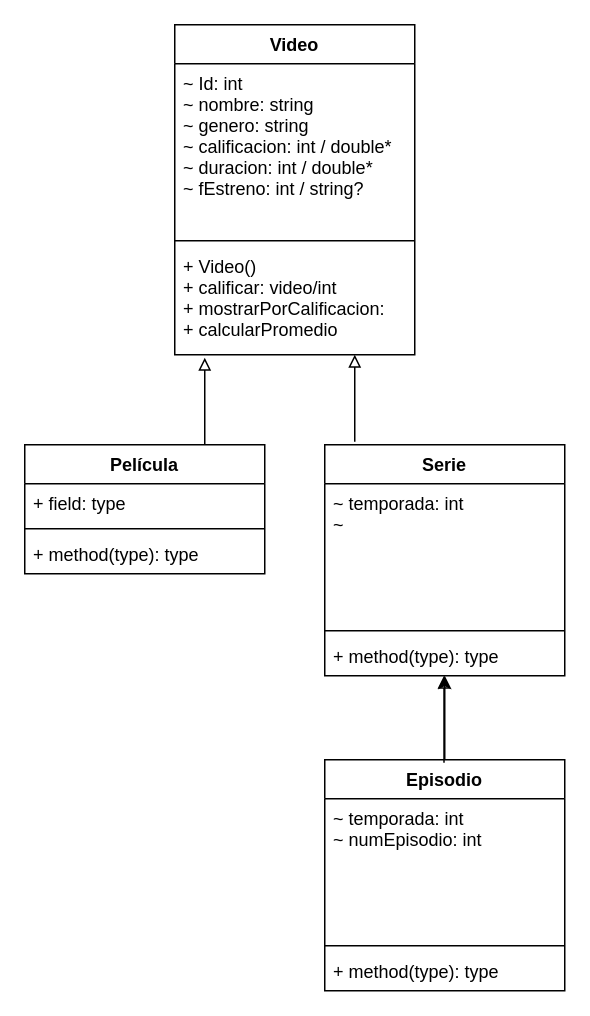
The draw.io diagram DiagramaDeClases.drawio in A01749581/situacionProblema, before the edit. Source tidied: cells renumbered, new cells numbered last; positions are measured from the earlier drawing's top-left corner, leaving out a move shared by most shapes. Both pictures are drawn from the tidied source at 150%, with x=0, y=0 at pixel (24, 24).
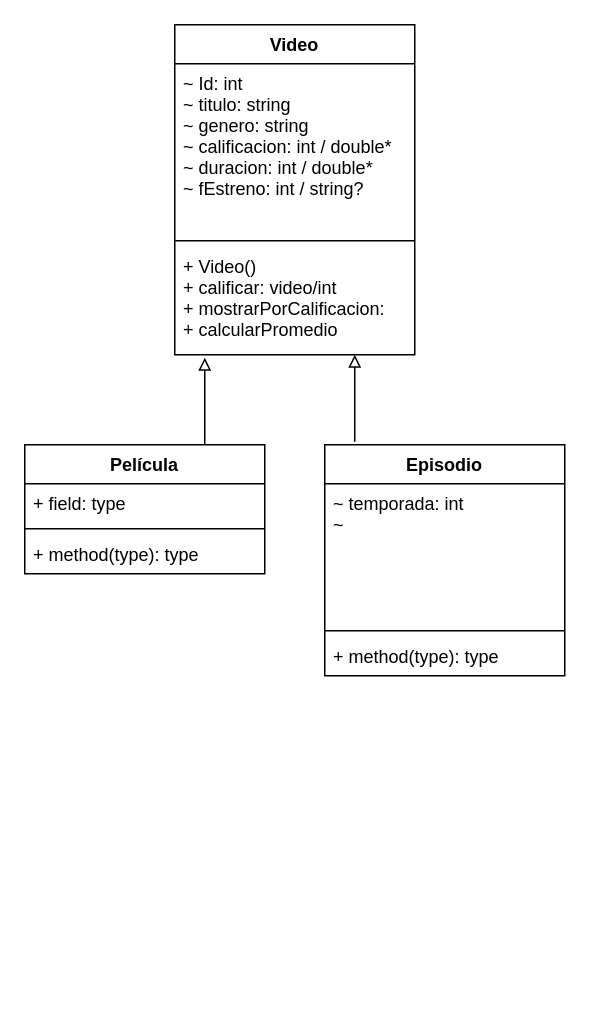
The same page after the edit.

The change refers to these unchanged cells:
```xml
<mxCell id="2" value="Video" style="swimlane;fontStyle=1;align=center;verticalAlign=top;horizontal=1;startSize=26;" parent="1" vertex="1">
  <mxGeometry x="100" width="160" height="220" as="geometry" />
</mxCell>
<mxCell id="13" value="+ method(type): type" style="text;strokeColor=none;fillColor=none;align=left;verticalAlign=top;spacingLeft=4;spacingRight=4;overflow=hidden;points=[[0,0.5],[1,0.5]];portConstraint=eastwest;" parent="10" vertex="1">
  <mxGeometry y="128" width="160" height="26" as="geometry" />
</mxCell>
```

The edit, as a diff of the source:
```diff
@@
-    <mxCell id="3" value="~ Id: int &#10;~ nombre: string&#10;~ genero: string &#10;~ calificacion: int / double*&#10;~ duracion: int / double*&#10;~ fEstreno: int / string?" style="text;strokeColor=none;fillColor=none;align=left;verticalAlign=top;spacingLeft=4;spacingRight=4;overflow=hidden;" parent="2" vertex="1">
+    <mxCell id="3" value="~ Id: int &#10;~ titulo: string&#10;~ genero: string &#10;~ calificacion: int / double*&#10;~ duracion: int / double*&#10;~ fEstreno: int / string?" style="text;strokeColor=none;fillColor=none;align=left;verticalAlign=top;spacingLeft=4;spacingRight=4;overflow=hidden;" parent="2" vertex="1">
       <mxGeometry y="26" width="160" height="114" as="geometry" />
     </mxCell>
@@
-    <mxCell id="10" value="Serie" style="swimlane;fontStyle=1;align=center;verticalAlign=top;horizontal=1;startSize=26;" parent="1" vertex="1">
+    <mxCell id="10" value="Episodio" style="swimlane;fontStyle=1;align=center;verticalAlign=top;horizontal=1;startSize=26;" parent="1" vertex="1">
       <mxGeometry x="200" y="280" width="160" height="154" as="geometry" />
     </mxCell>
@@
-    <mxCell id="14" style="edgeStyle=none;html=1;" parent="1" edge="1" target="13">
-      <mxGeometry relative="1" as="geometry">
-        <mxPoint x="280" y="490" as="sourcePoint" />
-      </mxGeometry>
-    </mxCell>
-    <mxCell id="15" value="Episodio" style="swimlane;fontStyle=1;align=center;verticalAlign=top;horizontal=1;startSize=26;" parent="1" vertex="1">
-      <mxGeometry x="200" y="490" width="160" height="154" as="geometry" />
-    </mxCell>
-    <mxCell id="16" value="~ temporada: int&#10;~ numEpisodio: int" style="text;strokeColor=none;fillColor=none;align=left;verticalAlign=top;spacingLeft=4;spacingRight=4;overflow=hidden;" parent="15" vertex="1">
-      <mxGeometry y="26" width="160" height="94" as="geometry" />
-    </mxCell>
-    <mxCell id="17" style="line;strokeWidth=1;fillColor=none;align=left;verticalAlign=middle;spacingTop=-1;spacingLeft=3;spacingRight=3;labelPosition=right;strokeColor=inherit;" parent="15" vertex="1">
-      <mxGeometry y="120" width="160" height="8" as="geometry" />
-    </mxCell>
-    <mxCell id="18" value="+ method(type): type" style="text;strokeColor=none;fillColor=none;align=left;verticalAlign=top;spacingLeft=4;spacingRight=4;overflow=hidden;" parent="15" vertex="1">
-      <mxGeometry y="128" width="160" height="26" as="geometry" />
-    </mxCell>
@@
-    <mxCell id="21" style="endArrow=block;endFill=0;html=1;entryX=0.125;entryY=1.028;entryDx=0;entryDy=0;entryPerimeter=0;" parent="1" edge="1">
-      <mxGeometry relative="1" as="geometry">
-        <mxPoint x="279.5" y="492" as="sourcePoint" />
-        <mxPoint x="279.5" y="434" as="targetPoint" />
-      </mxGeometry>
-    </mxCell>
```
